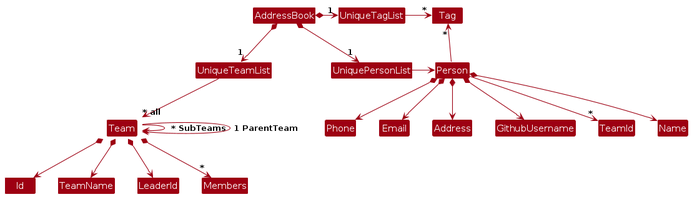
This is diagrams/BetterModelClassDiagram.png from Z-Puyu/tp, a PlantUML export, as it was before one commit. Its source is kept beside it as diagrams/BetterModelClassDiagram.puml. Its diagram source:
```plantuml
@startuml
!include style.puml
skinparam arrowThickness 1.1
skinparam arrowColor MODEL_COLOR
skinparam classBackgroundColor MODEL_COLOR

AddressBook *-right-> "1" UniquePersonList
AddressBook *-right-> "1" UniqueTagList
AddressBook *-down-> "1" UniqueTeamList
UniqueTagList -[hidden]down- UniquePersonList
UniqueTagList -[hidden]down- UniquePersonList

UniqueTagList -right-> "*" Tag
UniquePersonList -right-> Person

Person -up-> "*" Tag

Person *--> Name
Person *--> Phone
Person *--> Email
Person *--> Address
Person *--> GithubUsername
Person --> "*" TeamId

UniqueTeamList --> "~* all" Team
Team *--> Id
Team *--> TeamName
Team *--> LeaderId
Team *--> "*" Members
Team::west -> Team::west : " * SubTeams"
Team::east -> Team::east : "1 ParentTeam"
@enduml
```
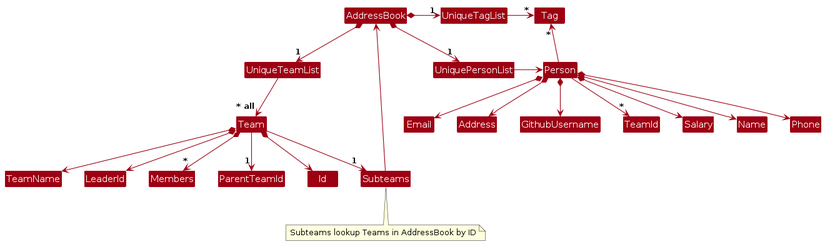
The same file after the commit.

Diff of the diagram source:
```diff
@@ -21,12 +21,17 @@
 Person *--> Address
 Person *--> GithubUsername
 Person --> "*" TeamId
+Person *--> Salary
 
 UniqueTeamList --> "~* all" Team
 Team *--> Id
 Team *--> TeamName
 Team *--> LeaderId
 Team *--> "*" Members
-Team::west -> Team::west : " * SubTeams"
-Team::east -> Team::east : "1 ParentTeam"
+Team --> "1" Subteams
+Subteams --> AddressBook
+note bottom of Subteams: Subteams lookup Teams in AddressBook by ID
+Team --> "1" ParentTeamId
+
+
 @enduml
```
